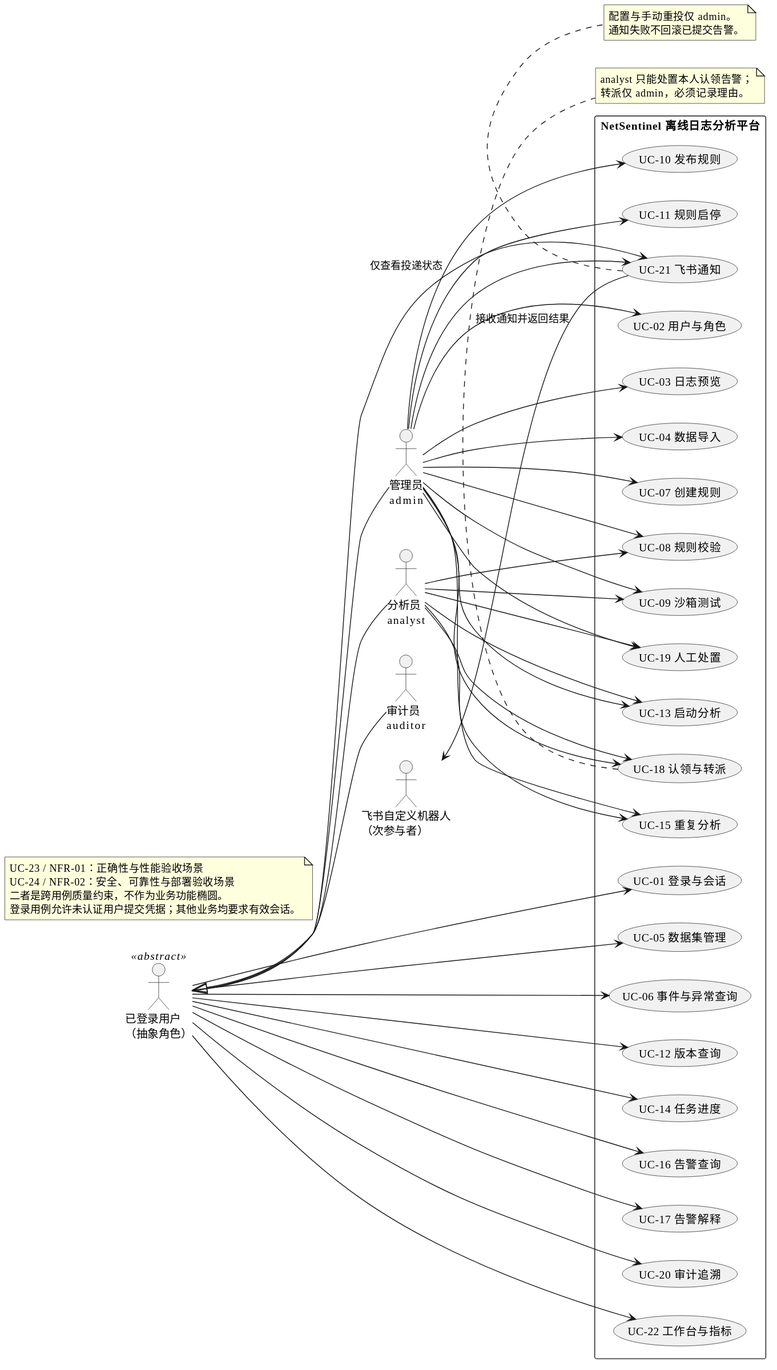
Before: models/use-cases.svg, a diagram exported from PlantUML (Double-Cloth/NetSentinel).
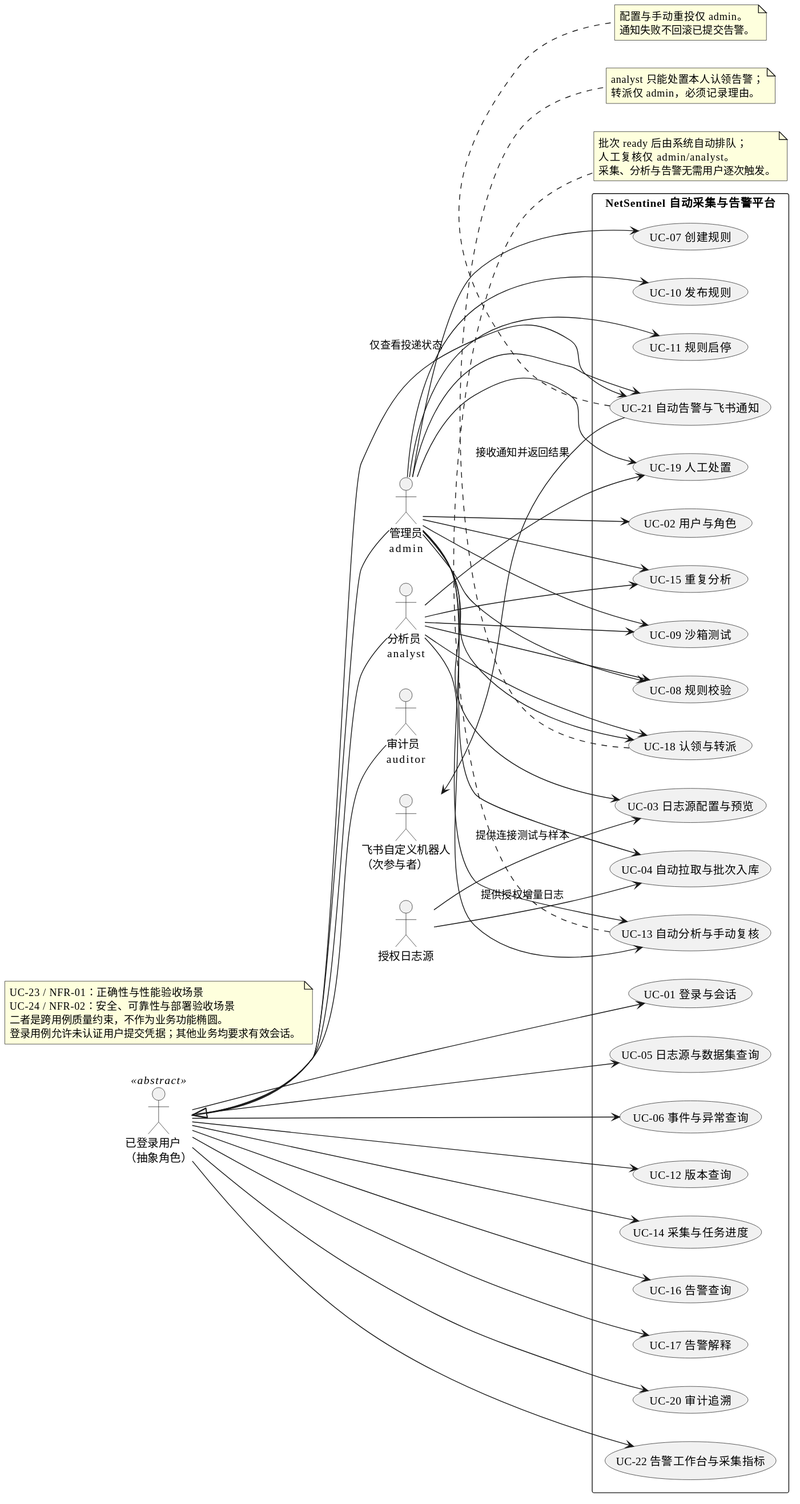
The same file after the commit.

Commit message:
docs: 同步自动采集与告警用例图源及渲染图

Diff of the diagram source:
```diff
@@ -7,16 +7,17 @@
 actor "管理员\nadmin" as Admin
 actor "分析员\nanalyst" as Analyst
 actor "审计员\nauditor" as Auditor
+actor "授权日志源" as LogSource
 actor "飞书自定义机器人\n（次参与者）" as Feishu
 User <|-- Admin
 User <|-- Analyst
 User <|-- Auditor
-rectangle "NetSentinel 离线日志分析平台" {
+rectangle "NetSentinel 自动采集与告警平台" {
   usecase "UC-01 登录与会话" as UC01
   usecase "UC-02 用户与角色" as UC02
-  usecase "UC-03 日志预览" as UC03
-  usecase "UC-04 数据导入" as UC04
-  usecase "UC-05 数据集管理" as UC05
+  usecase "UC-03 日志源配置与预览" as UC03
+  usecase "UC-04 自动拉取与批次入库" as UC04
+  usecase "UC-05 日志源与数据集查询" as UC05
   usecase "UC-06 事件与异常查询" as UC06
   usecase "UC-07 创建规则" as UC07
   usecase "UC-08 规则校验" as UC08
@@ -24,16 +25,16 @@
   usecase "UC-10 发布规则" as UC10
   usecase "UC-11 规则启停" as UC11
   usecase "UC-12 版本查询" as UC12
-  usecase "UC-13 启动分析" as UC13
-  usecase "UC-14 任务进度" as UC14
+  usecase "UC-13 自动分析与手动复核" as UC13
+  usecase "UC-14 采集与任务进度" as UC14
   usecase "UC-15 重复分析" as UC15
   usecase "UC-16 告警查询" as UC16
   usecase "UC-17 告警解释" as UC17
   usecase "UC-18 认领与转派" as UC18
   usecase "UC-19 人工处置" as UC19
   usecase "UC-20 审计追溯" as UC20
-  usecase "UC-21 飞书通知" as UC21
-  usecase "UC-22 工作台与指标" as UC22
+  usecase "UC-21 自动告警与飞书通知" as UC21
+  usecase "UC-22 告警工作台与采集指标" as UC22
 }
 User --> UC01
 User --> UC05
@@ -64,7 +65,14 @@
 Analyst --> UC18
 Analyst --> UC19
 User --> UC21 : 仅查看投递状态
+LogSource --> UC03 : 提供连接测试与样本
+LogSource --> UC04 : 提供授权增量日志
 Feishu <-- UC21 : 接收通知并返回结果
+note bottom of UC13
+批次 ready 后由系统自动排队；
+人工复核仅 admin/analyst。
+采集、分析与告警无需用户逐次触发。
+end note
 note bottom of UC18
 analyst 只能处置本人认领告警；
 转派仅 admin，必须记录理由。
```
